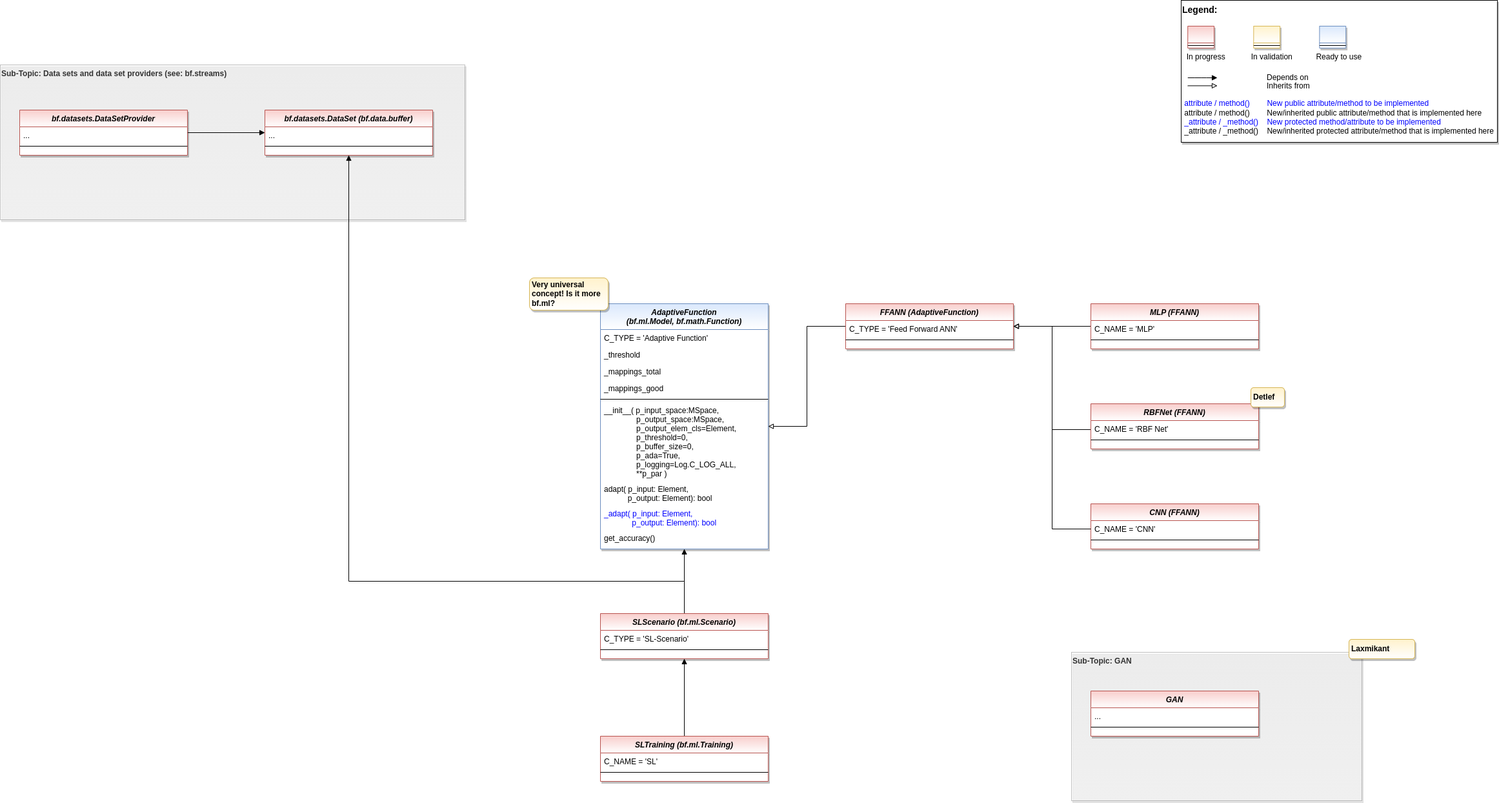
This is doc/rtd/content/append2/core/images/sl/MLPro-SL_class_diagram.drawio.png from fhswf/MLPro, a draw.io export, as it was before one commit. Source tidied: cells renumbered, new cells last; positions are measured from the earlier drawing's top-left corner, leaving out a move shared by most shapes.
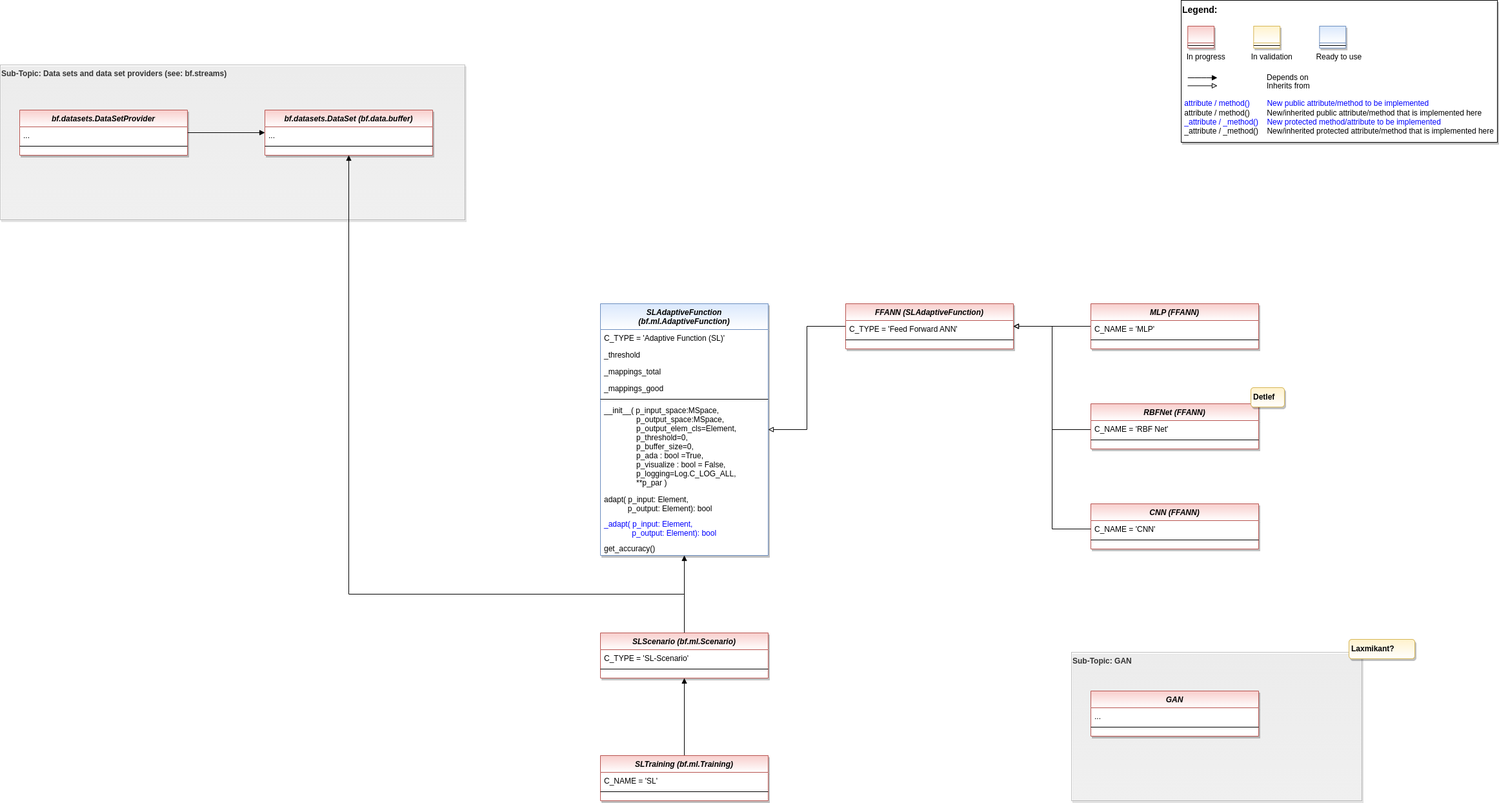
Above is the later version.

Commit message:
BF-ML: New abstract class AdaptiveFunction #522

The edit, as a diff of the source:
```diff
@@ -8,10 +8,10 @@
     <mxCell id="3" value="Sub-Topic: GAN" style="rounded=0;whiteSpace=wrap;html=1;shadow=1;strokeColor=#666666;strokeWidth=1;align=left;verticalAlign=top;fontStyle=1;fillColor=#f5f5f5;opacity=40;fontColor=#333333;gradientColor=#FFFFFF;" parent="1" vertex="1">
       <mxGeometry x="1660" y="1010" width="450" height="230" as="geometry" />
     </mxCell>
-    <mxCell id="4" value="AdaptiveFunction &#10;(bf.ml.Model, bf.math.Function)" style="swimlane;fontStyle=3;align=center;verticalAlign=top;horizontal=1;startSize=40;rounded=0;shadow=1;strokeWidth=1;fillColor=#dae8fc;strokeColor=#6c8ebf;gradientColor=#ffffff;swimlaneFillColor=#ffffff;" parent="1" vertex="1">
-      <mxGeometry x="930" y="470" width="260" height="380" as="geometry" />
+    <mxCell id="4" value="SLAdaptiveFunction &#10;(bf.ml.AdaptiveFunction)" style="swimlane;fontStyle=3;align=center;verticalAlign=top;horizontal=1;startSize=40;rounded=0;shadow=1;strokeWidth=1;fillColor=#dae8fc;strokeColor=#6c8ebf;gradientColor=#ffffff;swimlaneFillColor=#ffffff;" parent="1" vertex="1">
+      <mxGeometry x="930" y="470" width="260" height="390" as="geometry" />
     </mxCell>
-    <mxCell id="5" value="C_TYPE = 'Adaptive Function'" style="text;align=left;verticalAlign=top;spacingLeft=4;spacingRight=4;overflow=hidden;" parent="4" vertex="1">
+    <mxCell id="5" value="C_TYPE = 'Adaptive Function (SL)'" style="text;align=left;verticalAlign=top;spacingLeft=4;spacingRight=4;overflow=hidden;" parent="4" vertex="1">
       <mxGeometry y="40" width="260" height="26" as="geometry" />
     </mxCell>
     <mxCell id="6" value="_threshold" style="text;align=left;verticalAlign=top;spacingLeft=4;spacingRight=4;overflow=hidden;" parent="4" vertex="1">
@@ -26,23 +26,23 @@
     <mxCell id="9" style="line;html=1;strokeWidth=1;align=left;verticalAlign=middle;spacingTop=-1;spacingLeft=3;spacingRight=3;labelPosition=right;" parent="4" vertex="1">
       <mxGeometry y="144" width="260" height="8" as="geometry" />
     </mxCell>
-    <mxCell id="10" value="__init__( p_input_space:MSpace,&#10;               p_output_space:MSpace,&#10;               p_output_elem_cls=Element,&#10;               p_threshold=0,&#10;               p_buffer_size=0,&#10;               p_ada=True, &#10;               p_logging=Log.C_LOG_ALL,&#10;               **p_par )" style="text;align=left;verticalAlign=top;spacingLeft=4;spacingRight=4;overflow=hidden;" parent="4" vertex="1">
-      <mxGeometry y="152" width="260" height="122" as="geometry" />
+    <mxCell id="10" value="__init__( p_input_space:MSpace,&#10;               p_output_space:MSpace,&#10;               p_output_elem_cls=Element,&#10;               p_threshold=0,&#10;               p_buffer_size=0,&#10;               p_ada : bool =True, &#10;               p_visualize : bool = False,&#10;               p_logging=Log.C_LOG_ALL,&#10;               **p_par )" style="text;align=left;verticalAlign=top;spacingLeft=4;spacingRight=4;overflow=hidden;" parent="4" vertex="1">
+      <mxGeometry y="152" width="260" height="138" as="geometry" />
     </mxCell>
     <mxCell id="11" value="adapt( p_input: Element,&#10;           p_output: Element): bool" style="text;align=left;verticalAlign=top;spacingLeft=4;spacingRight=4;overflow=hidden;" parent="4" vertex="1">
-      <mxGeometry y="274" width="260" height="38" as="geometry" />
+      <mxGeometry y="290" width="260" height="38" as="geometry" />
     </mxCell>
     <mxCell id="12" value="_adapt( p_input: Element,&#10;             p_output: Element): bool" style="text;align=left;verticalAlign=top;spacingLeft=4;spacingRight=4;overflow=hidden;fontColor=#0000FF;" parent="4" vertex="1">
-      <mxGeometry y="312" width="260" height="38" as="geometry" />
+      <mxGeometry y="328" width="260" height="38" as="geometry" />
     </mxCell>
     <mxCell id="13" value="get_accuracy()" style="text;align=left;verticalAlign=top;spacingLeft=4;spacingRight=4;overflow=hidden;" parent="4" vertex="1">
-      <mxGeometry y="350" width="260" height="24" as="geometry" />
+      <mxGeometry y="366" width="260" height="24" as="geometry" />
     </mxCell>
     <mxCell id="14" style="edgeStyle=orthogonalEdgeStyle;rounded=0;jettySize=auto;html=1;endArrow=block;endFill=1;" parent="1" edge="1" source="15" target="30">
       <mxGeometry relative="1" as="geometry" />
     </mxCell>
     <mxCell id="15" value="SLTraining (bf.ml.Training)" style="swimlane;fontStyle=3;align=center;verticalAlign=top;horizontal=1;startSize=26;rounded=0;shadow=1;strokeWidth=1;fillColor=#f8cecc;strokeColor=#b85450;swimlaneFillColor=#ffffff;gradientColor=#ffffff;" parent="1" vertex="1">
-      <mxGeometry x="930" y="1140" width="260" height="70" as="geometry" />
+      <mxGeometry x="930" y="1170" width="260" height="70" as="geometry" />
     </mxCell>
     <mxCell id="16" value="C_NAME = 'SL'" style="text;align=left;verticalAlign=top;spacingLeft=4;spacingRight=4;overflow=hidden;" parent="15" vertex="1">
       <mxGeometry y="26" width="260" height="26" as="geometry" />
@@ -97,13 +97,13 @@
     <mxCell id="29" style="edgeStyle=orthogonalEdgeStyle;rounded=0;jettySize=auto;html=1;endArrow=block;endFill=1;exitX=0.5;exitY=0;exitDx=0;exitDy=0;entryX=0.5;entryY=1;entryDx=0;entryDy=0;" parent="1" edge="1" source="30" target="33">
       <mxGeometry relative="1" as="geometry">
         <Array as="points">
-          <mxPoint x="1060" y="900" />
-          <mxPoint x="540" y="900" />
+          <mxPoint x="1060" y="920" />
+          <mxPoint x="540" y="920" />
         </Array>
       </mxGeometry>
     </mxCell>
     <mxCell id="30" value="SLScenario (bf.ml.Scenario)" style="swimlane;fontStyle=3;align=center;verticalAlign=top;horizontal=1;startSize=26;rounded=0;shadow=1;strokeWidth=1;fillColor=#f8cecc;strokeColor=#b85450;swimlaneFillColor=#ffffff;gradientColor=#ffffff;" parent="1" vertex="1">
-      <mxGeometry x="930" y="950" width="260" height="70" as="geometry" />
+      <mxGeometry x="930" y="980" width="260" height="70" as="geometry" />
     </mxCell>
     <mxCell id="31" value="C_TYPE = 'SL-Scenario'" style="text;align=left;verticalAlign=top;spacingLeft=4;spacingRight=4;overflow=hidden;" parent="30" vertex="1">
       <mxGeometry y="26" width="260" height="26" as="geometry" />
@@ -135,7 +135,7 @@
     <mxCell id="40" style="edgeStyle=orthogonalEdgeStyle;rounded=0;jettySize=auto;html=1;endArrow=block;endFill=0;" parent="1" edge="1" source="41" target="4">
       <mxGeometry relative="1" as="geometry" />
     </mxCell>
-    <mxCell id="41" value="FFANN (AdaptiveFunction)" style="swimlane;fontStyle=3;align=center;verticalAlign=top;horizontal=1;startSize=26;rounded=0;shadow=1;strokeWidth=1;fillColor=#f8cecc;strokeColor=#b85450;swimlaneFillColor=#ffffff;gradientColor=#ffffff;" parent="1" vertex="1">
+    <mxCell id="41" value="FFANN (SLAdaptiveFunction)" style="swimlane;fontStyle=3;align=center;verticalAlign=top;horizontal=1;startSize=26;rounded=0;shadow=1;strokeWidth=1;fillColor=#f8cecc;strokeColor=#b85450;swimlaneFillColor=#ffffff;gradientColor=#ffffff;" parent="1" vertex="1">
       <mxGeometry x="1310" y="470" width="260" height="70" as="geometry" />
     </mxCell>
     <mxCell id="42" value="C_TYPE = 'Feed Forward ANN'" style="text;align=left;verticalAlign=top;spacingLeft=4;spacingRight=4;overflow=hidden;" parent="41" vertex="1">
@@ -182,7 +182,7 @@
     <mxCell id="54" style="line;html=1;strokeWidth=1;align=left;verticalAlign=middle;spacingTop=-1;spacingLeft=3;spacingRight=3;labelPosition=right;" parent="52" vertex="1">
       <mxGeometry y="52" width="260" height="8" as="geometry" />
     </mxCell>
-    <mxCell id="55" value="Laxmikant" style="rounded=1;whiteSpace=wrap;html=1;strokeColor=#d6b656;strokeWidth=1;fillColor=#fff2cc;gradientColor=#FFFFFF;shadow=1;fontStyle=1;align=left;spacingLeft=2;" parent="1" vertex="1">
+    <mxCell id="55" value="Laxmikant?" style="rounded=1;whiteSpace=wrap;html=1;strokeColor=#d6b656;strokeWidth=1;fillColor=#fff2cc;gradientColor=#FFFFFF;shadow=1;fontStyle=1;align=left;spacingLeft=2;" parent="1" vertex="1">
       <mxGeometry x="2090" y="990" width="102" height="30" as="geometry" />
     </mxCell>
     <mxCell id="56" value="Detlef" style="rounded=1;whiteSpace=wrap;html=1;strokeColor=#d6b656;strokeWidth=1;fillColor=#fff2cc;gradientColor=#FFFFFF;shadow=1;fontStyle=1;spacingLeft=2;align=left;" parent="1" vertex="1">
@@ -205,8 +205,5 @@
         </Array>
       </mxGeometry>
     </mxCell>
-    <mxCell id="61" value="Very universal concept! Is it more bf.ml?" style="rounded=1;whiteSpace=wrap;html=1;strokeColor=#d6b656;strokeWidth=1;fillColor=#fff2cc;gradientColor=#FFFFFF;shadow=1;fontStyle=1;align=left;spacingLeft=2;" parent="1" vertex="1">
-      <mxGeometry x="820" y="430" width="122" height="50" as="geometry" />
-    </mxCell>
   </root>
 </mxGraphModel>
```
